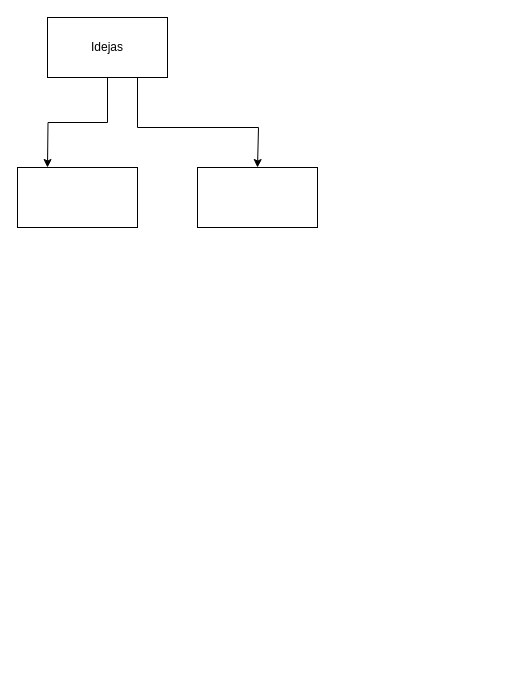
Above: Untitled Diagram.drawio in sneeZ1E/test (draw.io), before the change. Source tidied: cells renumbered, new cells numbered last; positions are measured from the earlier drawing's top-left corner, leaving out a move shared by most shapes. Both pictures are drawn from the tidied source at 100%, with x=0, y=0 at pixel (17, 17).
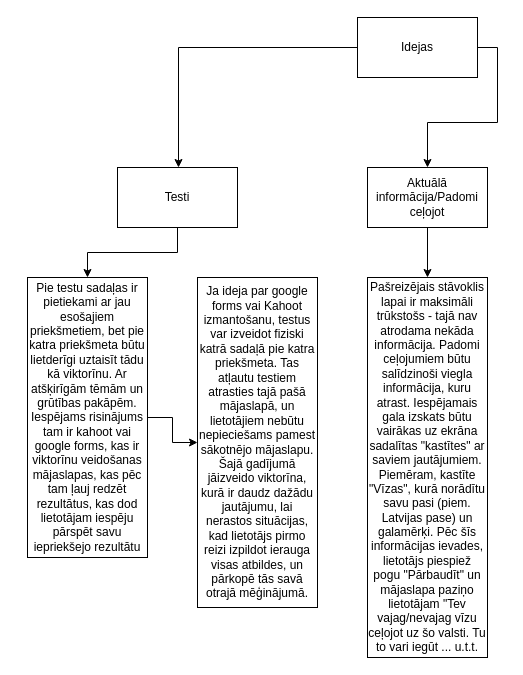
The same diagram, later.

What changed in the source:
```diff
@@
 <mxGraphModel>
   <root>
     <mxCell id="0" />
     <mxCell id="1" parent="0" />
-    <mxCell id="2" style="edgeStyle=orthogonalEdgeStyle;rounded=0;jettySize=auto;html=1;" parent="1" edge="1" source="4">
+    <mxCell id="2" style="edgeStyle=orthogonalEdgeStyle;rounded=0;jettySize=auto;html=1;exitX=1;exitY=0.5;exitDx=0;exitDy=0;" parent="1" edge="1" source="4" target="6">
       <mxGeometry relative="1" as="geometry">
-        <mxPoint x="30" y="150" as="targetPoint" />
+        <Array as="points">
+          <mxPoint x="161" y="30" />
+        </Array>
       </mxGeometry>
     </mxCell>
-    <mxCell id="3" style="edgeStyle=orthogonalEdgeStyle;rounded=0;jettySize=auto;html=1;exitX=0.75;exitY=1;exitDx=0;exitDy=0;entryX=0.5;entryY=0;entryDx=0;entryDy=0;" parent="1" edge="1" source="4" target="5">
-      <mxGeometry relative="1" as="geometry">
-        <Array as="points">
-          <mxPoint x="120" y="110" />
-          <mxPoint x="241" y="110" />
-        </Array>
-      </mxGeometry>
+    <mxCell id="3" style="edgeStyle=orthogonalEdgeStyle;rounded=0;jettySize=auto;html=1;exitX=1;exitY=0.5;exitDx=0;exitDy=0;" parent="1" edge="1" source="4" target="5">
+      <mxGeometry relative="1" as="geometry" />
     </mxCell>
     <mxCell id="4" value="Idejas" style="rounded=0;whiteSpace=wrap;html=1;" parent="1" vertex="1">
-      <mxGeometry x="30" width="120" height="60" as="geometry" />
+      <mxGeometry x="340" width="120" height="60" as="geometry" />
     </mxCell>
+    <mxCell id="7" style="edgeStyle=orthogonalEdgeStyle;rounded=0;jettySize=auto;html=1;entryX=0.5;entryY=0;entryDx=0;entryDy=0;" parent="1" edge="1" source="5" target="13">
+      <mxGeometry relative="1" as="geometry" />
+    </mxCell>
-    <mxCell id="5" style="rounded=0;whiteSpace=wrap;html=1;" parent="1" vertex="1">
-      <mxGeometry x="180" y="150" width="120" height="60" as="geometry" />
+    <mxCell id="5" value="Aktuālā informācija/Padomi ceļojot" style="rounded=0;whiteSpace=wrap;html=1;" parent="1" vertex="1">
+      <mxGeometry x="350" y="150" width="120" height="60" as="geometry" />
     </mxCell>
+    <mxCell id="8" style="edgeStyle=orthogonalEdgeStyle;rounded=0;jettySize=auto;html=1;exitX=0.5;exitY=1;exitDx=0;exitDy=0;entryX=0.5;entryY=0;entryDx=0;entryDy=0;" parent="1" edge="1" source="6" target="10">
+      <mxGeometry relative="1" as="geometry" />
+    </mxCell>
-    <mxCell id="6" style="rounded=0;whiteSpace=wrap;html=1;" parent="1" vertex="1">
-      <mxGeometry y="150" width="120" height="60" as="geometry" />
+    <mxCell id="6" value="Testi" style="rounded=0;whiteSpace=wrap;html=1;" parent="1" vertex="1">
+      <mxGeometry x="100" y="150" width="120" height="60" as="geometry" />
     </mxCell>
+    <mxCell id="9" style="edgeStyle=orthogonalEdgeStyle;rounded=0;jettySize=auto;html=1;entryX=0;entryY=0.5;entryDx=0;entryDy=0;" parent="1" edge="1" source="10" target="12">
+      <mxGeometry relative="1" as="geometry" />
+    </mxCell>
+    <mxCell id="10" value="Pie testu sadaļas ir pietiekami ar jau esošajiem priekšmetiem, bet pie katra priekšmeta būtu lietderīgi uztaisīt tādu kā viktorīnu. Ar atšķirīgām tēmām un grūtības pakāpēm. Iespējams risinājums tam ir kahoot vai google forms, kas ir viktorīnu veidošanas mājaslapas, kas pēc tam ļauj redzēt rezultātus, kas dod lietotājam iespēju pārspēt savu iepriekšejo rezultātu" style="rounded=0;whiteSpace=wrap;html=1;" parent="1" vertex="1">
+      <mxGeometry x="10" y="260" width="120" height="280" as="geometry" />
+    </mxCell>
+    <mxCell id="11" style="edgeStyle=orthogonalEdgeStyle;rounded=0;orthogonalLoop=1;jettySize=auto;html=1;exitX=0.5;exitY=1;exitDx=0;exitDy=0;" parent="1" edge="1" source="10" target="10">
+      <mxGeometry relative="1" as="geometry" />
+    </mxCell>
+    <mxCell id="12" value="Ja ideja par google forms vai Kahoot izmantošanu, testus var izveidot fiziski katrā sadaļā pie katra priekšmeta. Tas atļautu testiem atrasties tajā pašā mājaslapā, un lietotājiem nebūtu nepieciešams pamest sākotnējo mājaslapu. Šajā gadījumā jāizveido viktorīna, kurā ir daudz dažādu jautājumu, lai nerastos situācijas, kad lietotājs pirmo reizi izpildot ierauga visas atbildes, un pārkopē tās savā otrajā mēģinājumā." style="rounded=0;whiteSpace=wrap;html=1;" parent="1" vertex="1">
+      <mxGeometry x="180" y="260" width="120" height="330" as="geometry" />
+    </mxCell>
+    <mxCell id="13" value="Pašreizējais stāvoklis lapai ir maksimāli trūkstošs - tajā nav atrodama nekāda informācija. Padomi ceļojumiem būtu salīdzinoši viegla informācija, kuru atrast. Iespējamais gala izskats būtu vairākas uz ekrāna sadalītas &quot;kastītes&quot; ar saviem jautājumiem. Piemēram, kastīte &quot;Vīzas&quot;, kurā norādītu savu pasi (piem. Latvijas pase) un galamērķi. Pēc šīs informācijas ievades, lietotājs piespiež pogu &quot;Pārbaudīt&quot; un mājaslapa paziņo lietotājam &quot;Tev vajag/nevajag vīzu ceļojot uz šo valsti. Tu to vari iegūt ... u.t.t." style="rounded=0;whiteSpace=wrap;html=1;" parent="1" vertex="1">
+      <mxGeometry x="350" y="260" width="120" height="380" as="geometry" />
+    </mxCell>
   </root>
 </mxGraphModel>
```
